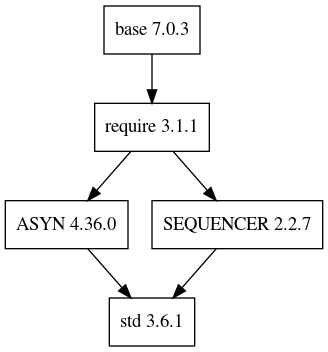
The Graphviz diagram docs/std.png in icshwi/e3-std, before a commit. Its source is kept beside it as docs/std.gv. The source it was exported from:
```dot
digraph std {
node [shape=record];
base [label="base 7.0.3"]
require [label="require 3.1.1"]
ASYN [label="ASYN 4.36.0"]
SEQUENCER [label="SEQUENCER 2.2.7"]
std [label="std 3.6.1"]
base -> require -> { ASYN,SEQUENCER } ->  {  std  }
}
```
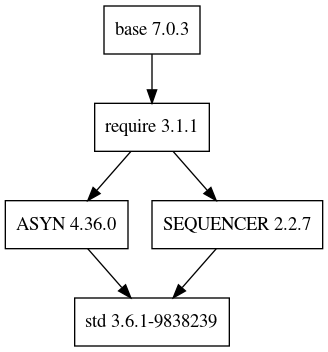
After the commit.

What changed in the source:
```diff
@@ -4,6 +4,6 @@
 require [label="require 3.1.1"]
 ASYN [label="ASYN 4.36.0"]
 SEQUENCER [label="SEQUENCER 2.2.7"]
-std [label="std 3.6.1"]
+std [label="std 3.6.1-9838239"]
 base -> require -> { ASYN,SEQUENCER } ->  {  std  }
 }
```
